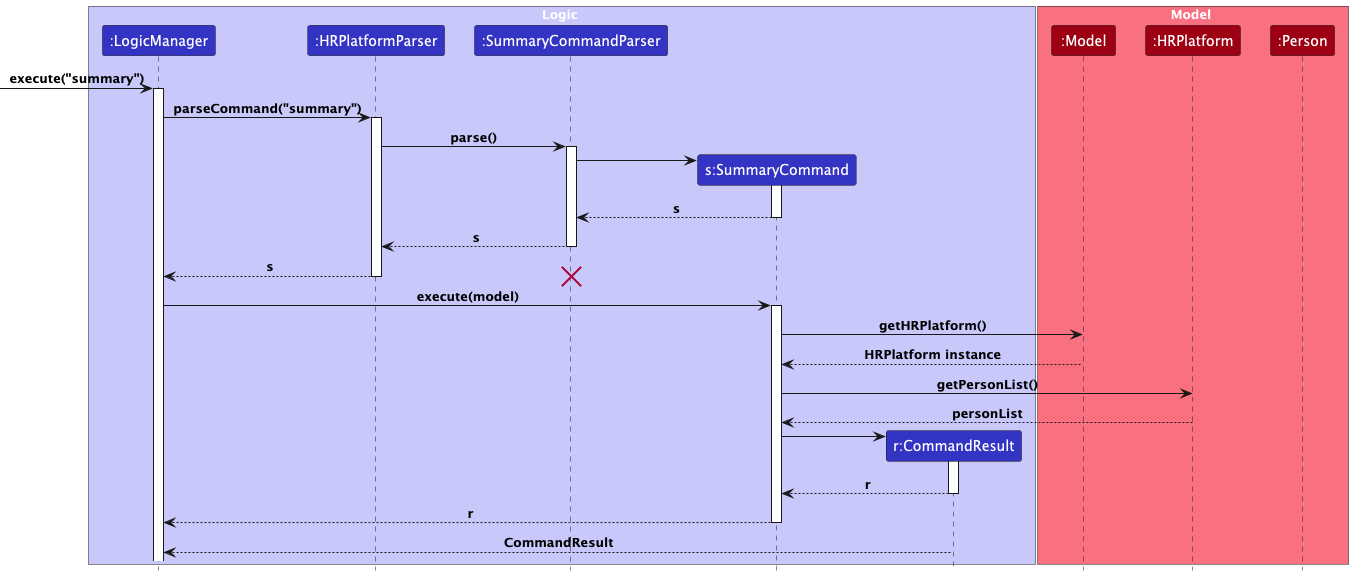
nus-cs2103-AY2425S1/tp keeps this PlantUML diagram as docs/images/SummaryCommandSequenceDiagram.png. Above is the earlier version.
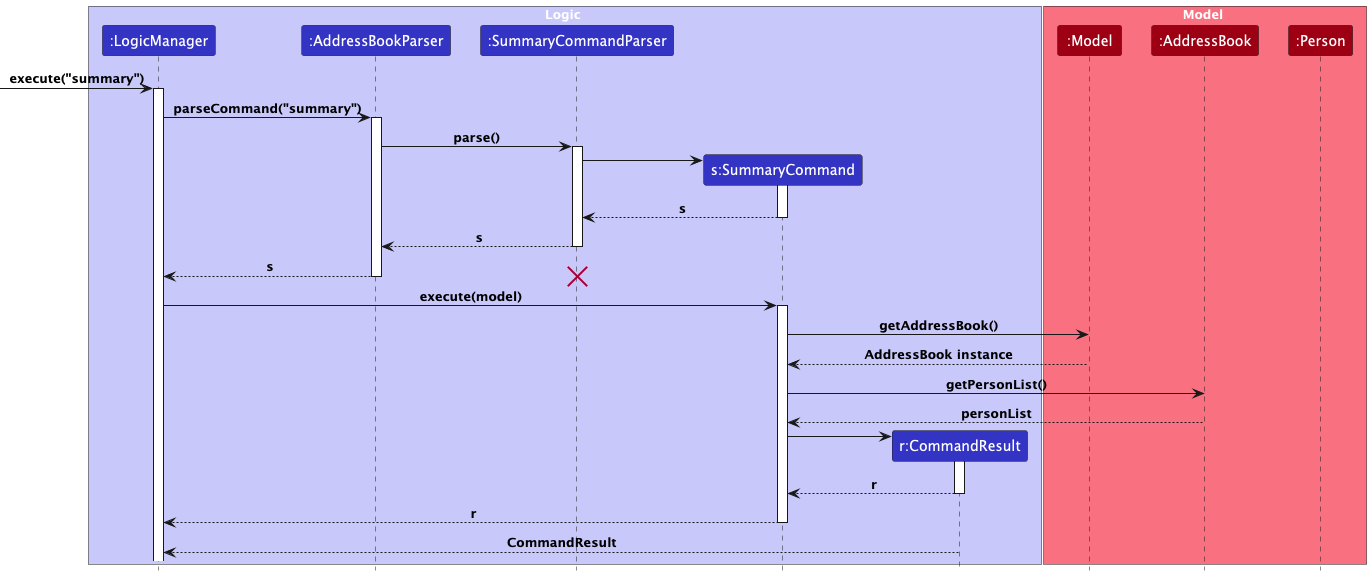
The same file after the commit.

Change to the diagram source:
```diff
@@ -4,7 +4,7 @@
 
 box Logic LOGIC_COLOR_T1
 participant ":LogicManager" as LM LOGIC_COLOR
-participant ":HRPlatformParser" as ABP LOGIC_COLOR
+participant ":AddressBookParser" as ABP LOGIC_COLOR
 participant ":SummaryCommandParser" as SCP LOGIC_COLOR
 participant "s:SummaryCommand" as SC LOGIC_COLOR
 participant "r:CommandResult" as CR LOGIC_COLOR
@@ -12,7 +12,7 @@
 
 box Model MODEL_COLOR_T1
 participant ":Model" as Model MODEL_COLOR
-participant ":HRPlatform" as AB MODEL_COLOR
+participant ":AddressBook" as AB MODEL_COLOR
 participant ":Person" as Person MODEL_COLOR
 end box
 
@@ -27,8 +27,8 @@
 return s
 destroy SCP
 LM -> SC ++ : execute(model)
-SC -> Model : getHRPlatform()
-Model --> SC : HRPlatform instance
+SC -> Model : getAddressBook()
+Model --> SC : AddressBook instance
 SC -> AB : getPersonList()
 AB --> SC : personList
 
```
